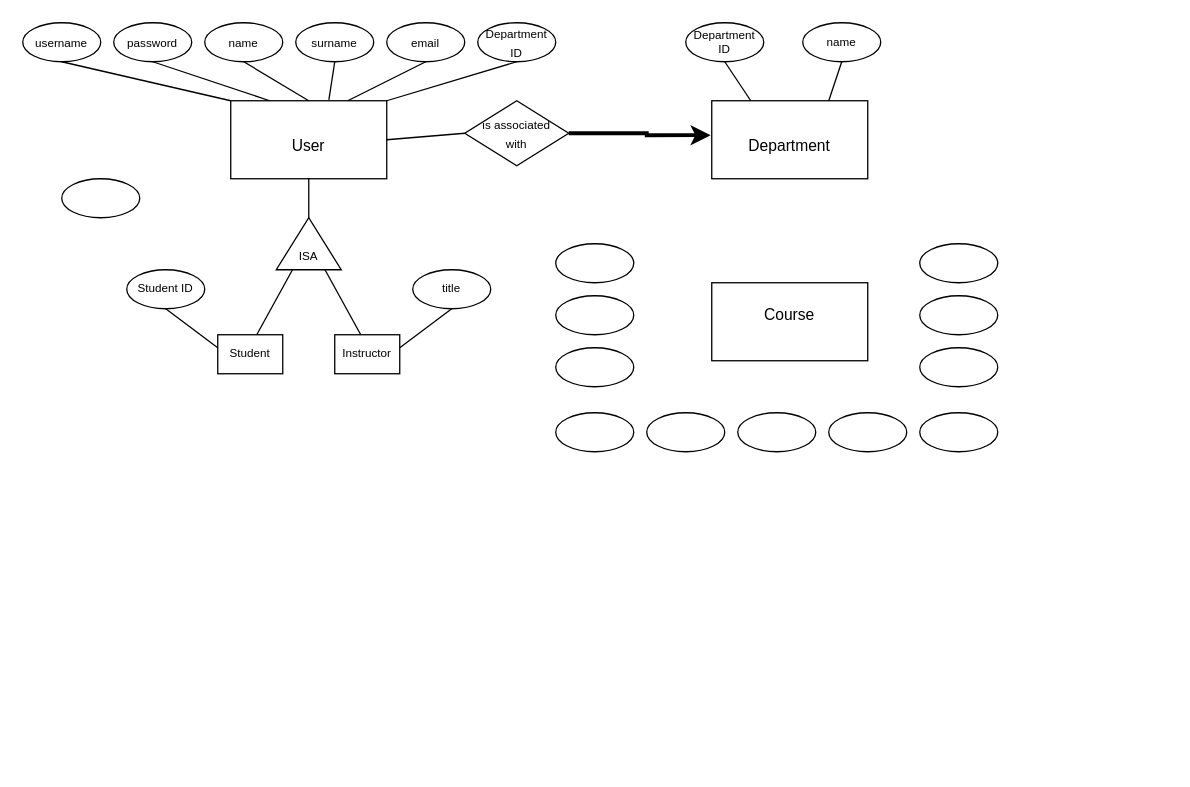
The draw.io diagram Untitled Diagram.drawio in mehmetemreakbulut/ERdiagramdraw, before the edit. Source tidied: cells renumbered, new cells numbered last; positions are measured from the earlier drawing's top-left corner, leaving out a move shared by most shapes. Both pictures are drawn from the tidied source at 130%, with x=0, y=0 at pixel (22, 22).
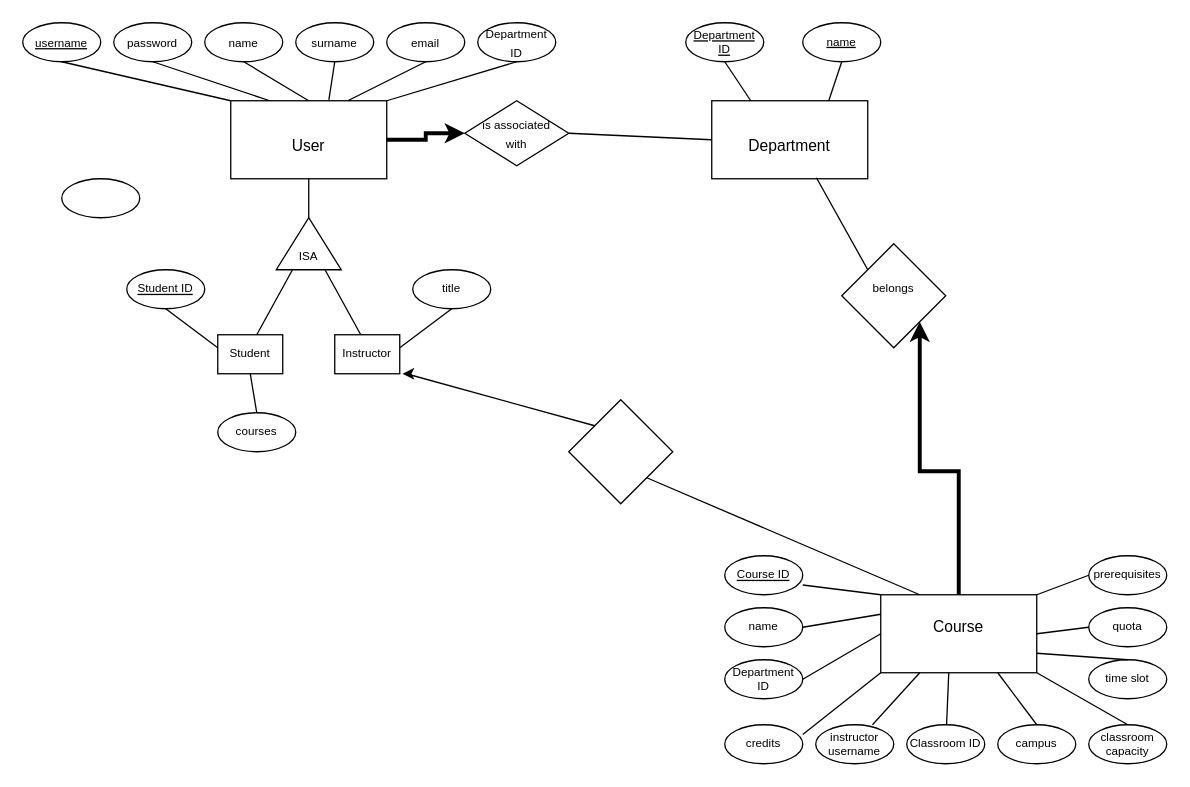
After the change.

The change refers to these unchanged cells:
```xml
<mxCell id="2" style="rounded=0;whiteSpace=wrap;html=1;" parent="1" vertex="1">
  <mxGeometry x="160" y="60" width="120" height="60" as="geometry" />
</mxCell>
<mxCell id="30" value="Student" style="text;html=1;strokeColor=none;fillColor=none;align=center;verticalAlign=middle;whiteSpace=wrap;rounded=0;fontFamily=Helvetica;fontSize=9;" parent="1" vertex="1">
  <mxGeometry x="145" y="240" width="60" height="30" as="geometry" />
</mxCell>
<mxCell id="31" value="Instructor" style="text;html=1;strokeColor=none;fillColor=none;align=center;verticalAlign=middle;whiteSpace=wrap;rounded=0;fontFamily=Helvetica;fontSize=9;" parent="1" vertex="1">
  <mxGeometry x="235" y="240" width="60" height="30" as="geometry" />
</mxCell>
<mxCell id="40" style="rounded=0;whiteSpace=wrap;html=1;" parent="1" vertex="1">
  <mxGeometry x="530" y="60" width="120" height="60" as="geometry" />
</mxCell>
<mxCell id="61" style="rhombus;whiteSpace=wrap;html=1;fontFamily=Helvetica;fontSize=12;strokeColor=default;" parent="1" vertex="1">
  <mxGeometry x="340" y="60" width="80" height="50" as="geometry" />
</mxCell>
```

What changed in the source:
```diff
@@
-    <mxCell id="7" value="&lt;font style=&quot;font-size: 9px&quot;&gt;username&lt;/font&gt;" style="text;html=1;strokeColor=none;fillColor=none;align=center;verticalAlign=middle;whiteSpace=wrap;rounded=0;" parent="1" vertex="1">
+    <mxCell id="7" value="&lt;font style=&quot;font-size: 9px&quot;&gt;&lt;u&gt;username&lt;/u&gt;&lt;/font&gt;" style="text;html=1;strokeColor=none;fillColor=none;align=center;verticalAlign=middle;whiteSpace=wrap;rounded=0;" parent="1" vertex="1">
       <mxGeometry width="60" height="30" as="geometry" />
     </mxCell>
@@
-    <mxCell id="36" value="Student ID" style="text;html=1;strokeColor=none;fillColor=none;align=center;verticalAlign=middle;whiteSpace=wrap;rounded=0;fontFamily=Helvetica;fontSize=9;" parent="1" vertex="1">
+    <mxCell id="36" value="&lt;u&gt;Student ID&lt;/u&gt;" style="text;html=1;strokeColor=none;fillColor=none;align=center;verticalAlign=middle;whiteSpace=wrap;rounded=0;fontFamily=Helvetica;fontSize=9;" parent="1" vertex="1">
       <mxGeometry x="80" y="190" width="60" height="30" as="geometry" />
     </mxCell>
@@
-    <mxCell id="39" style="edgeStyle=orthogonalEdgeStyle;rounded=0;jettySize=auto;html=1;fontFamily=Helvetica;fontSize=12;strokeWidth=3;exitX=1;exitY=0.5;exitDx=0;exitDy=0;exitPerimeter=0;entryX=-0.007;entryY=0.441;entryDx=0;entryDy=0;entryPerimeter=0;" parent="1" edge="1" source="61" target="40">
-      <mxGeometry relative="1" as="geometry">
-        <Array as="points">
-          <mxPoint x="480" y="85" />
-          <mxPoint x="480" y="87" />
-        </Array>
-      </mxGeometry>
-    </mxCell>
@@
-    <mxCell id="44" value="Department ID" style="text;html=1;strokeColor=none;fillColor=none;align=center;verticalAlign=middle;whiteSpace=wrap;rounded=0;fontFamily=Helvetica;fontSize=9;" parent="1" vertex="1">
+    <mxCell id="44" value="&lt;u&gt;Department ID&lt;/u&gt;" style="text;html=1;strokeColor=none;fillColor=none;align=center;verticalAlign=middle;whiteSpace=wrap;rounded=0;fontFamily=Helvetica;fontSize=9;" parent="1" vertex="1">
       <mxGeometry x="510" width="60" height="30" as="geometry" />
     </mxCell>
-    <mxCell id="45" value="name" style="text;html=1;strokeColor=none;fillColor=none;align=center;verticalAlign=middle;whiteSpace=wrap;rounded=0;fontFamily=Helvetica;fontSize=9;" parent="1" vertex="1">
+    <mxCell id="45" value="&lt;u&gt;name&lt;/u&gt;" style="text;html=1;strokeColor=none;fillColor=none;align=center;verticalAlign=middle;whiteSpace=wrap;rounded=0;fontFamily=Helvetica;fontSize=9;" parent="1" vertex="1">
       <mxGeometry x="600" width="60" height="30" as="geometry" />
     </mxCell>
@@
+    <mxCell id="64" style="edgeStyle=orthogonalEdgeStyle;rounded=0;jettySize=auto;html=1;exitX=0.5;exitY=0;exitDx=0;exitDy=0;entryX=1;entryY=1;entryDx=0;entryDy=0;fontFamily=Helvetica;fontSize=9;strokeWidth=3;" parent="1" edge="1" source="48" target="91">
+      <mxGeometry relative="1" as="geometry" />
+    </mxCell>
     <mxCell id="48" style="rounded=0;whiteSpace=wrap;html=1;" parent="1" vertex="1">
-      <mxGeometry x="530" y="200" width="120" height="60" as="geometry" />
+      <mxGeometry x="660" y="440" width="120" height="60" as="geometry" />
     </mxCell>
     <mxCell id="49" value="&lt;font style=&quot;font-size: 12px&quot;&gt;Course&lt;/font&gt;" style="text;html=1;strokeColor=none;fillColor=none;align=center;verticalAlign=middle;whiteSpace=wrap;rounded=0;fontFamily=Helvetica;fontSize=9;" parent="1" vertex="1">
-      <mxGeometry x="560" y="210" width="60" height="30" as="geometry" />
+      <mxGeometry x="690" y="450" width="60" height="30" as="geometry" />
     </mxCell>
     <mxCell id="50" style="ellipse;whiteSpace=wrap;html=1;" parent="1" vertex="1">
-      <mxGeometry x="690" y="170" width="60" height="30" as="geometry" />
+      <mxGeometry x="820" y="410" width="60" height="30" as="geometry" />
     </mxCell>
     <mxCell id="51" style="ellipse;whiteSpace=wrap;html=1;" parent="1" vertex="1">
-      <mxGeometry x="690" y="210" width="60" height="30" as="geometry" />
+      <mxGeometry x="820" y="450" width="60" height="30" as="geometry" />
     </mxCell>
     <mxCell id="52" style="ellipse;whiteSpace=wrap;html=1;" parent="1" vertex="1">
-      <mxGeometry x="410" y="250" width="60" height="30" as="geometry" />
+      <mxGeometry x="540" y="490" width="60" height="30" as="geometry" />
     </mxCell>
     <mxCell id="53" style="ellipse;whiteSpace=wrap;html=1;" parent="1" vertex="1">
-      <mxGeometry x="690" y="250" width="60" height="30" as="geometry" />
+      <mxGeometry x="820" y="490" width="60" height="30" as="geometry" />
     </mxCell>
     <mxCell id="54" style="ellipse;whiteSpace=wrap;html=1;" parent="1" vertex="1">
-      <mxGeometry x="690" y="300" width="60" height="30" as="geometry" />
+      <mxGeometry x="820" y="540" width="60" height="30" as="geometry" />
     </mxCell>
     <mxCell id="55" style="ellipse;whiteSpace=wrap;html=1;" parent="1" vertex="1">
-      <mxGeometry x="620" y="300" width="60" height="30" as="geometry" />
+      <mxGeometry x="750" y="540" width="60" height="30" as="geometry" />
     </mxCell>
     <mxCell id="56" style="ellipse;whiteSpace=wrap;html=1;" parent="1" vertex="1">
-      <mxGeometry x="550" y="300" width="60" height="30" as="geometry" />
+      <mxGeometry x="680" y="540" width="60" height="30" as="geometry" />
     </mxCell>
     <mxCell id="57" style="ellipse;whiteSpace=wrap;html=1;" parent="1" vertex="1">
-      <mxGeometry x="480" y="300" width="60" height="30" as="geometry" />
+      <mxGeometry x="610" y="540" width="60" height="30" as="geometry" />
     </mxCell>
     <mxCell id="58" style="ellipse;whiteSpace=wrap;html=1;" parent="1" vertex="1">
-      <mxGeometry x="410" y="300" width="60" height="30" as="geometry" />
+      <mxGeometry x="540" y="540" width="60" height="30" as="geometry" />
     </mxCell>
     <mxCell id="59" style="ellipse;whiteSpace=wrap;html=1;" parent="1" vertex="1">
-      <mxGeometry x="410" y="210" width="60" height="30" as="geometry" />
+      <mxGeometry x="540" y="450" width="60" height="30" as="geometry" />
     </mxCell>
     <mxCell id="60" style="ellipse;whiteSpace=wrap;html=1;" parent="1" vertex="1">
-      <mxGeometry x="410" y="170" width="60" height="30" as="geometry" />
+      <mxGeometry x="540" y="410" width="60" height="30" as="geometry" />
     </mxCell>
+    <mxCell id="65" style="edgeStyle=orthogonalEdgeStyle;rounded=0;jettySize=auto;html=1;exitX=1;exitY=0.5;exitDx=0;exitDy=0;entryX=0;entryY=0.5;entryDx=0;entryDy=0;strokeWidth=3;" parent="1" edge="1" source="2" target="61">
+      <mxGeometry relative="1" as="geometry" />
+    </mxCell>
@@
-    <mxCell id="63" style="endArrow=none;html=1;rounded=0;fontFamily=Helvetica;fontSize=9;strokeWidth=1;exitX=0;exitY=0.5;exitDx=0;exitDy=0;entryX=1;entryY=0.5;entryDx=0;entryDy=0;" parent="1" edge="1" source="61" target="2">
+    <mxCell id="63" style="endArrow=none;html=1;rounded=0;fontFamily=Helvetica;fontSize=9;strokeWidth=1;exitX=0;exitY=0.5;exitDx=0;exitDy=0;entryX=1;entryY=0.5;entryDx=0;entryDy=0;" parent="1" edge="1" source="40" target="61">
       <mxGeometry relative="1" as="geometry" />
     </mxCell>
+    <mxCell id="66" style="ellipse;whiteSpace=wrap;html=1;" parent="1" vertex="1">
+      <mxGeometry x="150" y="300" width="60" height="30" as="geometry" />
+    </mxCell>
+    <mxCell id="67" style="endArrow=none;html=1;rounded=0;fontFamily=Helvetica;fontSize=9;entryX=0.5;entryY=1;entryDx=0;entryDy=0;exitX=0.5;exitY=0;exitDx=0;exitDy=0;" parent="1" edge="1" source="66" target="30">
+      <mxGeometry relative="1" as="geometry" />
+    </mxCell>
+    <mxCell id="68" value="courses" style="text;html=1;strokeColor=none;fillColor=none;align=center;verticalAlign=middle;whiteSpace=wrap;rounded=0;fontFamily=Helvetica;fontSize=9;" parent="1" vertex="1">
+      <mxGeometry x="150" y="300" width="60" height="30" as="geometry" />
+    </mxCell>
+    <mxCell id="69" value="&lt;u&gt;Course ID&lt;/u&gt;" style="text;html=1;strokeColor=none;fillColor=none;align=center;verticalAlign=middle;whiteSpace=wrap;rounded=0;fontFamily=Helvetica;fontSize=9;" parent="1" vertex="1">
+      <mxGeometry x="540" y="410" width="60" height="30" as="geometry" />
+    </mxCell>
+    <mxCell id="70" value="name" style="text;html=1;strokeColor=none;fillColor=none;align=center;verticalAlign=middle;whiteSpace=wrap;rounded=0;fontFamily=Helvetica;fontSize=9;" parent="1" vertex="1">
+      <mxGeometry x="540" y="450" width="60" height="30" as="geometry" />
+    </mxCell>
+    <mxCell id="71" value="Department ID" style="text;html=1;strokeColor=none;fillColor=none;align=center;verticalAlign=middle;whiteSpace=wrap;rounded=0;fontFamily=Helvetica;fontSize=9;" parent="1" vertex="1">
+      <mxGeometry x="540" y="490" width="60" height="30" as="geometry" />
+    </mxCell>
+    <mxCell id="72" value="credits" style="text;html=1;strokeColor=none;fillColor=none;align=center;verticalAlign=middle;whiteSpace=wrap;rounded=0;fontFamily=Helvetica;fontSize=9;" parent="1" vertex="1">
+      <mxGeometry x="540" y="540" width="60" height="30" as="geometry" />
+    </mxCell>
+    <mxCell id="73" value="instructor username" style="text;html=1;strokeColor=none;fillColor=none;align=center;verticalAlign=middle;whiteSpace=wrap;rounded=0;fontFamily=Helvetica;fontSize=9;" parent="1" vertex="1">
+      <mxGeometry x="610" y="540" width="60" height="30" as="geometry" />
+    </mxCell>
+    <mxCell id="74" value="Classroom ID" style="text;html=1;strokeColor=none;fillColor=none;align=center;verticalAlign=middle;whiteSpace=wrap;rounded=0;fontFamily=Helvetica;fontSize=9;" parent="1" vertex="1">
+      <mxGeometry x="680" y="540" width="60" height="30" as="geometry" />
+    </mxCell>
+    <mxCell id="75" value="campus" style="text;html=1;strokeColor=none;fillColor=none;align=center;verticalAlign=middle;whiteSpace=wrap;rounded=0;fontFamily=Helvetica;fontSize=9;" parent="1" vertex="1">
+      <mxGeometry x="750" y="540" width="60" height="30" as="geometry" />
+    </mxCell>
+    <mxCell id="76" value="classroom capacity" style="text;html=1;strokeColor=none;fillColor=none;align=center;verticalAlign=middle;whiteSpace=wrap;rounded=0;fontFamily=Helvetica;fontSize=9;" parent="1" vertex="1">
+      <mxGeometry x="820" y="540" width="60" height="30" as="geometry" />
+    </mxCell>
+    <mxCell id="77" value="time slot" style="text;html=1;strokeColor=none;fillColor=none;align=center;verticalAlign=middle;whiteSpace=wrap;rounded=0;fontFamily=Helvetica;fontSize=9;" parent="1" vertex="1">
+      <mxGeometry x="820" y="490" width="60" height="30" as="geometry" />
+    </mxCell>
+    <mxCell id="78" value="quota" style="text;html=1;strokeColor=none;fillColor=none;align=center;verticalAlign=middle;whiteSpace=wrap;rounded=0;fontFamily=Helvetica;fontSize=9;" parent="1" vertex="1">
+      <mxGeometry x="820" y="450" width="60" height="30" as="geometry" />
+    </mxCell>
+    <mxCell id="79" value="prerequisites" style="text;html=1;strokeColor=none;fillColor=none;align=center;verticalAlign=middle;whiteSpace=wrap;rounded=0;fontFamily=Helvetica;fontSize=9;" parent="1" vertex="1">
+      <mxGeometry x="820" y="410" width="60" height="30" as="geometry" />
+    </mxCell>
+    <mxCell id="80" style="endArrow=none;html=1;rounded=0;fontFamily=Helvetica;fontSize=9;strokeWidth=1;entryX=0;entryY=0;entryDx=0;entryDy=0;exitX=1;exitY=0.75;exitDx=0;exitDy=0;" parent="1" edge="1" source="69" target="48">
+      <mxGeometry relative="1" as="geometry" />
+    </mxCell>
+    <mxCell id="81" style="endArrow=none;html=1;rounded=0;fontFamily=Helvetica;fontSize=9;strokeWidth=1;entryX=0;entryY=0.25;entryDx=0;entryDy=0;exitX=1;exitY=0.5;exitDx=0;exitDy=0;" parent="1" edge="1" source="70" target="48">
+      <mxGeometry relative="1" as="geometry" />
+    </mxCell>
+    <mxCell id="82" style="endArrow=none;html=1;rounded=0;fontFamily=Helvetica;fontSize=9;strokeWidth=1;entryX=0;entryY=0.5;entryDx=0;entryDy=0;exitX=1;exitY=0.5;exitDx=0;exitDy=0;" parent="1" edge="1" source="71" target="48">
+      <mxGeometry relative="1" as="geometry" />
+    </mxCell>
+    <mxCell id="83" style="endArrow=none;html=1;rounded=0;fontFamily=Helvetica;fontSize=9;strokeWidth=1;entryX=0;entryY=1;entryDx=0;entryDy=0;exitX=1;exitY=0.25;exitDx=0;exitDy=0;" parent="1" edge="1" source="72" target="48">
+      <mxGeometry relative="1" as="geometry" />
+    </mxCell>
+    <mxCell id="84" style="endArrow=none;html=1;rounded=0;fontFamily=Helvetica;fontSize=9;strokeWidth=1;entryX=0.25;entryY=1;entryDx=0;entryDy=0;" parent="1" edge="1" source="73" target="48">
+      <mxGeometry relative="1" as="geometry" />
+    </mxCell>
+    <mxCell id="85" style="endArrow=none;html=1;rounded=0;fontFamily=Helvetica;fontSize=9;strokeWidth=1;entryX=0.436;entryY=1;entryDx=0;entryDy=0;entryPerimeter=0;" parent="1" edge="1" source="74" target="48">
+      <mxGeometry relative="1" as="geometry" />
+    </mxCell>
+    <mxCell id="86" style="endArrow=none;html=1;rounded=0;fontFamily=Helvetica;fontSize=9;strokeWidth=1;entryX=0.75;entryY=1;entryDx=0;entryDy=0;exitX=0.5;exitY=0;exitDx=0;exitDy=0;" parent="1" edge="1" source="75" target="48">
+      <mxGeometry relative="1" as="geometry" />
+    </mxCell>
+    <mxCell id="87" style="endArrow=none;html=1;rounded=0;fontFamily=Helvetica;fontSize=9;strokeWidth=1;entryX=0.5;entryY=0;entryDx=0;entryDy=0;exitX=1;exitY=1;exitDx=0;exitDy=0;" parent="1" edge="1" source="48" target="76">
+      <mxGeometry relative="1" as="geometry" />
+    </mxCell>
+    <mxCell id="88" style="endArrow=none;html=1;rounded=0;fontFamily=Helvetica;fontSize=9;strokeWidth=1;entryX=0.5;entryY=0;entryDx=0;entryDy=0;exitX=1;exitY=0.75;exitDx=0;exitDy=0;" parent="1" edge="1" source="48" target="77">
+      <mxGeometry relative="1" as="geometry" />
+    </mxCell>
+    <mxCell id="89" style="endArrow=none;html=1;rounded=0;fontFamily=Helvetica;fontSize=9;strokeWidth=1;entryX=0;entryY=0.5;entryDx=0;entryDy=0;exitX=1;exitY=0.5;exitDx=0;exitDy=0;" parent="1" edge="1" source="48" target="78">
+      <mxGeometry relative="1" as="geometry" />
+    </mxCell>
+    <mxCell id="90" style="endArrow=none;html=1;rounded=0;fontFamily=Helvetica;fontSize=9;strokeWidth=1;entryX=0;entryY=0.5;entryDx=0;entryDy=0;exitX=1;exitY=0;exitDx=0;exitDy=0;" parent="1" edge="1" source="48" target="79">
+      <mxGeometry relative="1" as="geometry" />
+    </mxCell>
+    <mxCell id="91" style="rhombus;whiteSpace=wrap;html=1;fontFamily=Helvetica;fontSize=9;strokeColor=default;" parent="1" vertex="1">
+      <mxGeometry x="630" y="170" width="80" height="80" as="geometry" />
+    </mxCell>
+    <mxCell id="92" style="endArrow=none;html=1;rounded=0;fontFamily=Helvetica;fontSize=9;strokeWidth=1;entryX=0.671;entryY=0.987;entryDx=0;entryDy=0;entryPerimeter=0;exitX=0;exitY=0;exitDx=0;exitDy=0;" parent="1" edge="1" source="91" target="40">
+      <mxGeometry relative="1" as="geometry" />
+    </mxCell>
+    <mxCell id="93" style="rhombus;whiteSpace=wrap;html=1;fontFamily=Helvetica;fontSize=9;strokeColor=default;" parent="1" vertex="1">
+      <mxGeometry x="420" y="290" width="80" height="80" as="geometry" />
+    </mxCell>
+    <mxCell id="94" style="endArrow=none;html=1;rounded=0;fontFamily=Helvetica;fontSize=9;strokeWidth=1;exitX=1;exitY=1;exitDx=0;exitDy=0;entryX=0;entryY=0;entryDx=0;entryDy=0;" parent="1" edge="1" source="31" target="93">
+      <mxGeometry relative="1" as="geometry" />
+    </mxCell>
+    <mxCell id="95" style="endArrow=none;html=1;rounded=0;fontFamily=Helvetica;fontSize=9;strokeWidth=1;entryX=0.25;entryY=0;entryDx=0;entryDy=0;exitX=1;exitY=1;exitDx=0;exitDy=0;" parent="1" edge="1" source="93" target="48">
+      <mxGeometry relative="1" as="geometry" />
+    </mxCell>
+    <mxCell id="96" style="edgeStyle=orthogonalEdgeStyle;rounded=0;orthogonalLoop=1;jettySize=auto;html=1;exitX=1;exitY=1;exitDx=0;exitDy=0;entryX=0.951;entryY=0.982;entryDx=0;entryDy=0;entryPerimeter=0;fontFamily=Helvetica;fontSize=9;strokeWidth=1;" parent="1" edge="1" source="31" target="31">
+      <mxGeometry relative="1" as="geometry" />
+    </mxCell>
+    <mxCell id="97" value="belongs" style="text;html=1;strokeColor=none;fillColor=none;align=center;verticalAlign=middle;whiteSpace=wrap;rounded=0;fontFamily=Helvetica;fontSize=9;" parent="1" vertex="1">
+      <mxGeometry x="640" y="190" width="60" height="30" as="geometry" />
+    </mxCell>
```
